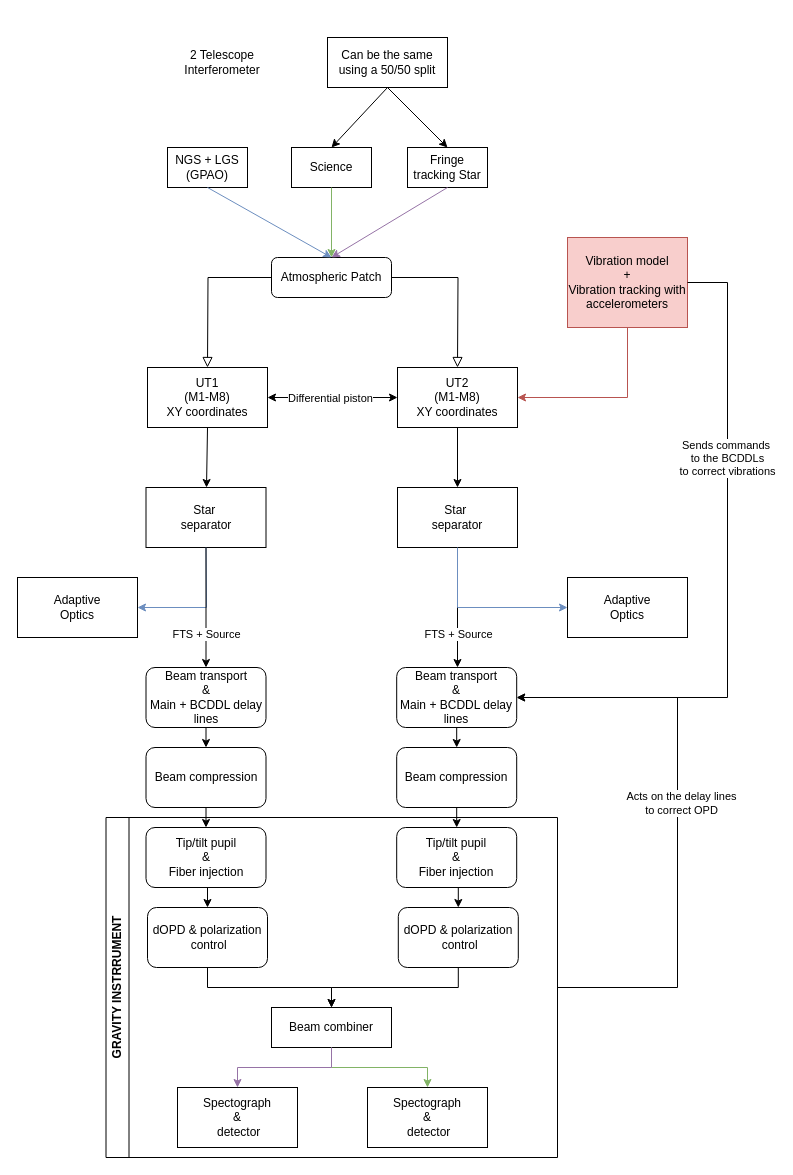
Above: GRAVITY_plus_template.drawio in Stribuzz/drawio_figs (draw.io), before the change. Source tidied: cells renumbered, new cells numbered last; positions are measured from the earlier drawing's top-left corner, leaving out a move shared by most shapes. Both pictures are drawn from the tidied source at 100%, with x=0, y=0 at pixel (17, 37).
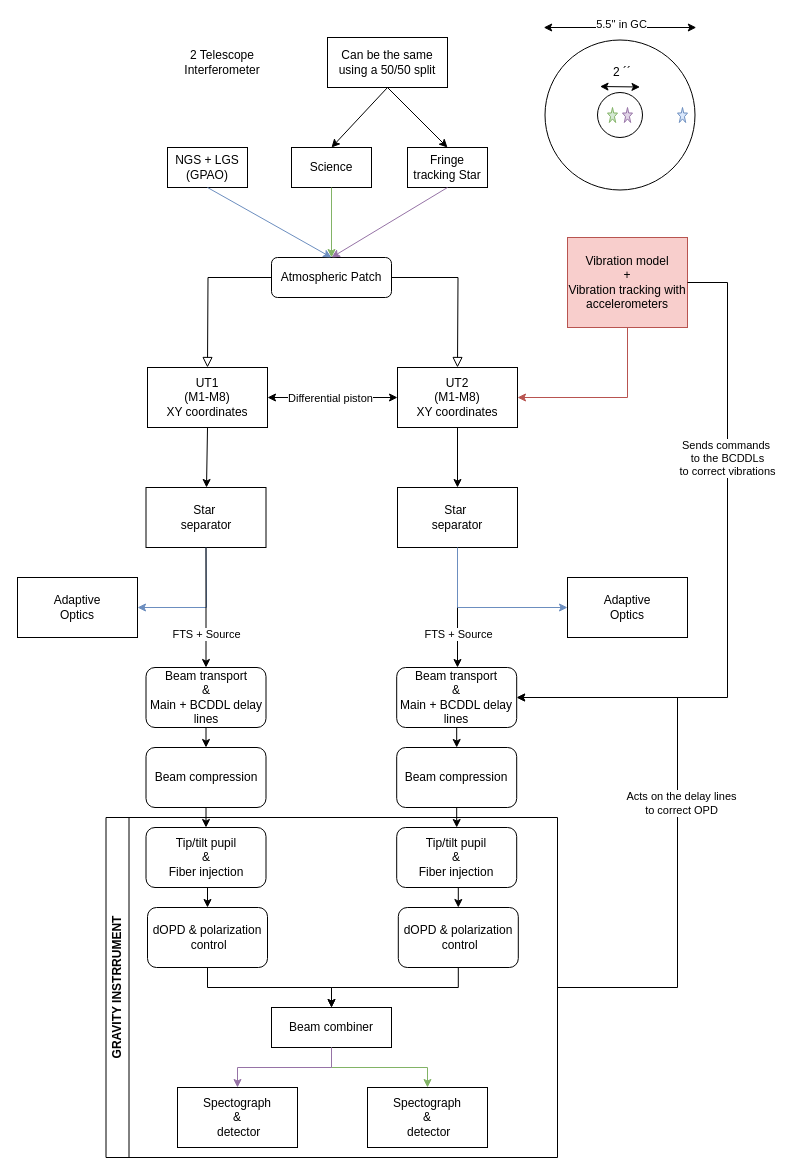
The same page after the edit.

What changed in the source:
```diff
@@
+    <mxCell id="58" style="ellipse;whiteSpace=wrap;html=1;" parent="1" vertex="1">
+      <mxGeometry x="527.5" y="2.5" width="150" height="150" as="geometry" />
+    </mxCell>
+    <mxCell id="59" style="ellipse;whiteSpace=wrap;html=1;" parent="1" vertex="1">
+      <mxGeometry x="580" y="55" width="45" height="45" as="geometry" />
+    </mxCell>
+    <mxCell id="60" style="verticalLabelPosition=bottom;verticalAlign=top;html=1;shape=mxgraph.basic.star;fillColor=#d5e8d4;strokeColor=#82b366;" parent="1" vertex="1">
+      <mxGeometry x="590" y="70" width="10" height="15" as="geometry" />
+    </mxCell>
+    <mxCell id="61" style="verticalLabelPosition=bottom;verticalAlign=top;html=1;shape=mxgraph.basic.star;fillColor=#e1d5e7;strokeColor=#9673a6;" parent="1" vertex="1">
+      <mxGeometry x="605" y="70" width="10" height="15" as="geometry" />
+    </mxCell>
+    <mxCell id="62" style="verticalLabelPosition=bottom;verticalAlign=top;html=1;shape=mxgraph.basic.star;fillColor=#dae8fc;strokeColor=#6c8ebf;" parent="1" vertex="1">
+      <mxGeometry x="660" y="70" width="10" height="15" as="geometry" />
+    </mxCell>
+    <mxCell id="63" style="endArrow=classic;startArrow=classic;html=1;rounded=0;" parent="1" edge="1">
+      <mxGeometry relative="1" as="geometry">
+        <mxPoint x="582.5" y="49" as="sourcePoint" />
+        <mxPoint x="622.5" y="49.5" as="targetPoint" />
+      </mxGeometry>
+    </mxCell>
+    <mxCell id="64" style="endArrow=classic;startArrow=classic;html=1;rounded=0;" parent="1" edge="1">
+      <mxGeometry relative="1" as="geometry">
+        <mxPoint x="526.2" y="-10" as="sourcePoint" />
+        <mxPoint x="678.8" y="-10" as="targetPoint" />
+      </mxGeometry>
+    </mxCell>
+    <mxCell id="65" value="5.5'' in GC" style="edgeLabel;html=1;align=center;verticalAlign=middle;" parent="64" vertex="1">
+      <mxGeometry x="0.01" y="4" relative="1" as="geometry" />
+    </mxCell>
+    <mxCell id="66" value="2 ´´" style="text;html=1;align=center;verticalAlign=middle;whiteSpace=wrap;rounded=0;" parent="1" vertex="1">
+      <mxGeometry x="575" y="20" width="60" height="30" as="geometry" />
+    </mxCell>
```
